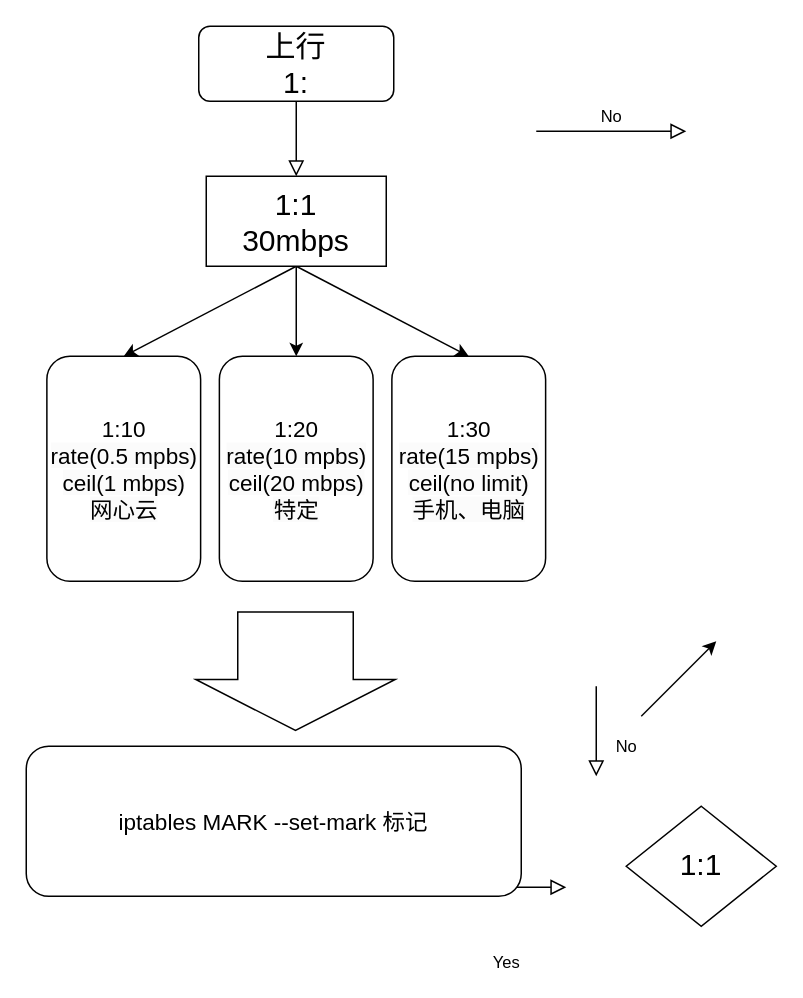
Above: tc限速.drawio in levenwindy/flowChart (draw.io), before the change. Source tidied: cells renumbered, new cells numbered last; positions are measured from the earlier drawing's top-left corner, leaving out a move shared by most shapes. Both pictures are drawn from the tidied source at 150%, with x=0, y=0 at pixel (10, 26).
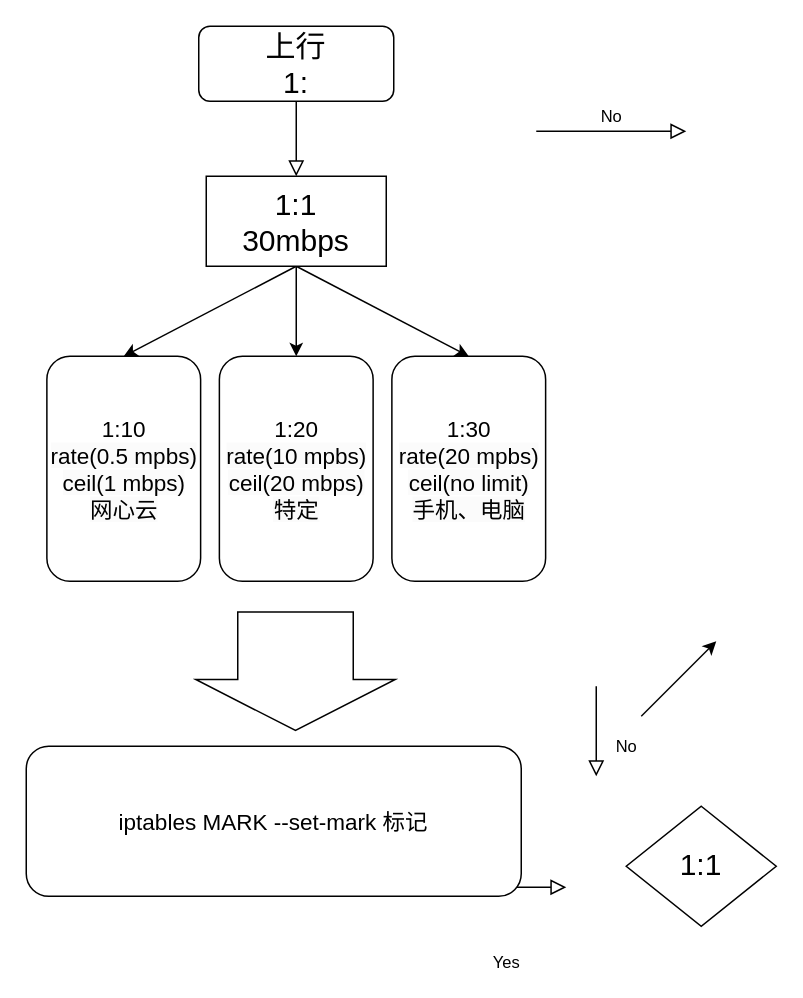
Above is the later version.

Change to the diagram source:
```diff
@@
-    <mxCell id="17" value="1:30&lt;br style=&quot;border-color: var(--border-color);&quot;&gt;&lt;span style=&quot;background-color: rgb(251, 251, 251);&quot;&gt;rate(15 mpbs)&lt;/span&gt;&lt;br style=&quot;border-color: var(--border-color);&quot;&gt;&lt;span style=&quot;background-color: rgb(251, 251, 251);&quot;&gt;ceil(no limit)&lt;/span&gt;&lt;br style=&quot;border-color: var(--border-color);&quot;&gt;&lt;span style=&quot;background-color: rgb(251, 251, 251);&quot;&gt;手机、电脑&lt;/span&gt;" style="rounded=1;whiteSpace=wrap;html=1;fontSize=15;rotation=90;horizontal=0;" parent="1" vertex="1">
+    <mxCell id="17" value="1:30&lt;br style=&quot;border-color: var(--border-color);&quot;&gt;&lt;span style=&quot;background-color: rgb(251, 251, 251);&quot;&gt;rate(20 mpbs)&lt;/span&gt;&lt;br style=&quot;border-color: var(--border-color);&quot;&gt;&lt;span style=&quot;background-color: rgb(251, 251, 251);&quot;&gt;ceil(no limit)&lt;/span&gt;&lt;br style=&quot;border-color: var(--border-color);&quot;&gt;&lt;span style=&quot;background-color: rgb(251, 251, 251);&quot;&gt;手机、电脑&lt;/span&gt;" style="rounded=1;whiteSpace=wrap;html=1;fontSize=15;rotation=90;horizontal=0;" parent="1" vertex="1">
       <mxGeometry x="230" y="243.8" width="150" height="102.5" as="geometry" />
     </mxCell>
```
